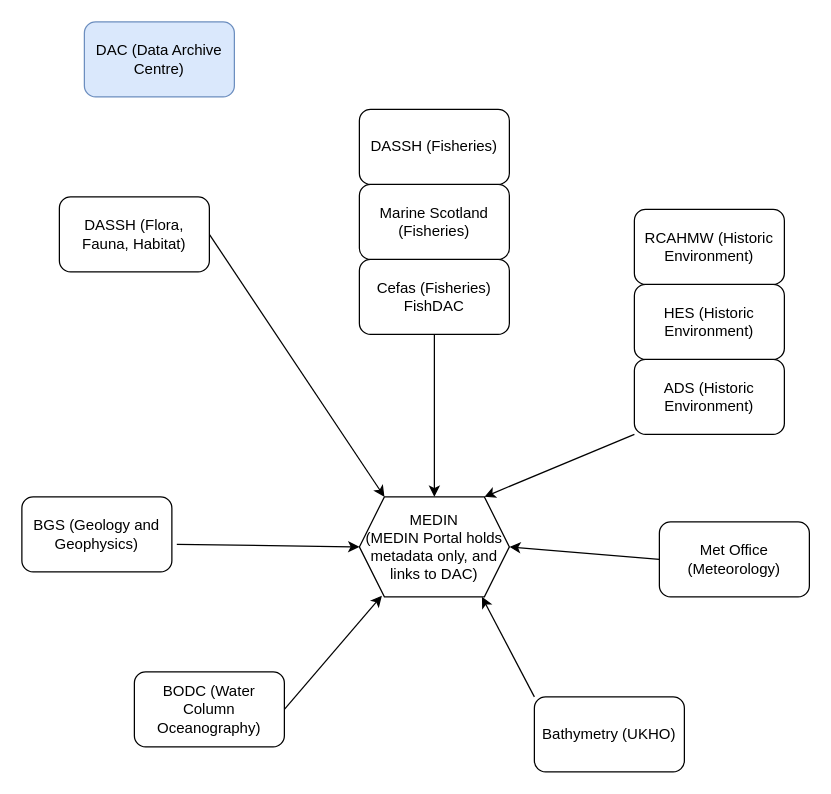
ro-allen/ro-allen.github.io keeps this draw.io diagram as page "MEDIN" (4 of 4) of Monitoring_Overview.drawio. Above is the earlier version. Source tidied: cells renumbered, new cells numbered last; positions are measured from the earlier drawing's top-left corner, leaving out a move shared by most shapes. Both pictures are drawn from the tidied source at 125%, with x=0, y=0 at pixel (21, 21).
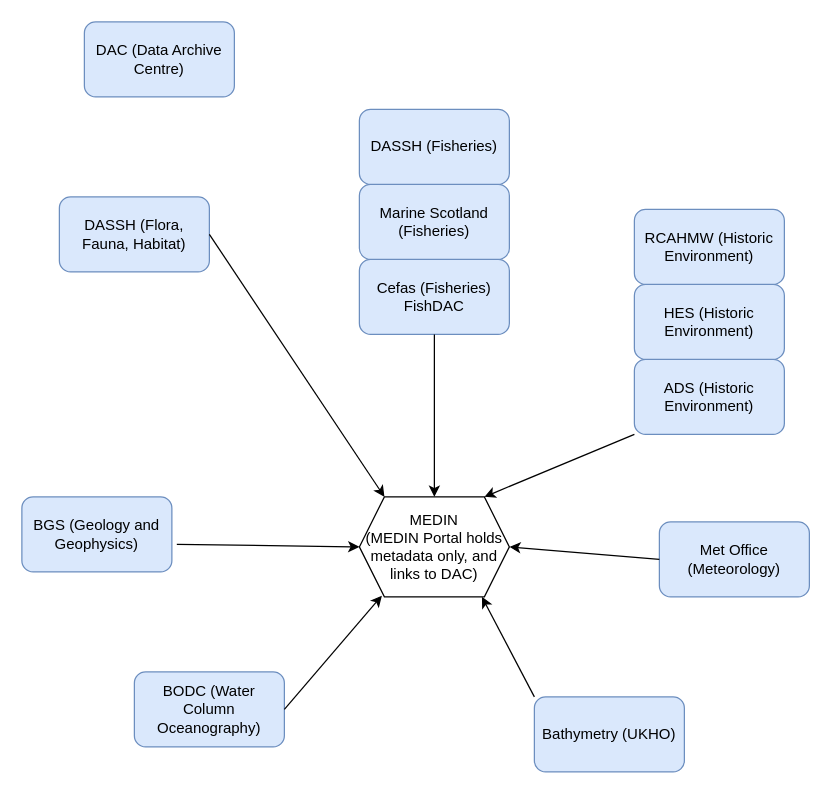
The same page after the edit.

What changed in the source:
```diff
@@
-    <mxCell id="2" value="DASSH (Flora, Fauna, Habitat)" style="rounded=1;whiteSpace=wrap;html=1;" parent="1" vertex="1">
+    <mxCell id="2" value="DASSH (Flora, Fauna, Habitat)" style="rounded=1;whiteSpace=wrap;html=1;fillColor=#dae8fc;strokeColor=#6c8ebf;" parent="1" vertex="1">
       <mxGeometry x="30" y="140" width="120" height="60" as="geometry" />
     </mxCell>
-    <mxCell id="3" value="BODC (Water Column Oceanography)" style="rounded=1;whiteSpace=wrap;html=1;" parent="1" vertex="1">
+    <mxCell id="3" value="BODC (Water Column Oceanography)" style="rounded=1;whiteSpace=wrap;html=1;fillColor=#dae8fc;strokeColor=#6c8ebf;" parent="1" vertex="1">
       <mxGeometry x="90" y="520" width="120" height="60" as="geometry" />
     </mxCell>
-    <mxCell id="4" value="BGS (Geology and Geophysics)" style="rounded=1;whiteSpace=wrap;html=1;" parent="1" vertex="1">
+    <mxCell id="4" value="BGS (Geology and Geophysics)" style="rounded=1;whiteSpace=wrap;html=1;fillColor=#dae8fc;strokeColor=#6c8ebf;" parent="1" vertex="1">
       <mxGeometry y="380" width="120" height="60" as="geometry" />
     </mxCell>
-    <mxCell id="5" value="Cefas (Fisheries) FishDAC" style="rounded=1;whiteSpace=wrap;html=1;" parent="1" vertex="1">
+    <mxCell id="5" value="Cefas (Fisheries) FishDAC" style="rounded=1;whiteSpace=wrap;html=1;fillColor=#dae8fc;strokeColor=#6c8ebf;" parent="1" vertex="1">
       <mxGeometry x="270" y="190" width="120" height="60" as="geometry" />
     </mxCell>
-    <mxCell id="6" value="Marine Scotland (Fisheries)" style="rounded=1;whiteSpace=wrap;html=1;" parent="1" vertex="1">
+    <mxCell id="6" value="Marine Scotland (Fisheries)" style="rounded=1;whiteSpace=wrap;html=1;fillColor=#dae8fc;strokeColor=#6c8ebf;" parent="1" vertex="1">
       <mxGeometry x="270" y="130" width="120" height="60" as="geometry" />
     </mxCell>
-    <mxCell id="7" value="DASSH (Fisheries)" style="rounded=1;whiteSpace=wrap;html=1;" parent="1" vertex="1">
+    <mxCell id="7" value="DASSH (Fisheries)" style="rounded=1;whiteSpace=wrap;html=1;fillColor=#dae8fc;strokeColor=#6c8ebf;" parent="1" vertex="1">
       <mxGeometry x="270" y="70" width="120" height="60" as="geometry" />
     </mxCell>
-    <mxCell id="8" value="ADS (Historic Environment)" style="rounded=1;whiteSpace=wrap;html=1;" parent="1" vertex="1">
+    <mxCell id="8" value="ADS (Historic Environment)" style="rounded=1;whiteSpace=wrap;html=1;fillColor=#dae8fc;strokeColor=#6c8ebf;" parent="1" vertex="1">
       <mxGeometry x="490" y="270" width="120" height="60" as="geometry" />
     </mxCell>
-    <mxCell id="9" value="HES (Historic Environment)" style="rounded=1;whiteSpace=wrap;html=1;" parent="1" vertex="1">
+    <mxCell id="9" value="HES (Historic Environment)" style="rounded=1;whiteSpace=wrap;html=1;fillColor=#dae8fc;strokeColor=#6c8ebf;" parent="1" vertex="1">
       <mxGeometry x="490" y="210" width="120" height="60" as="geometry" />
     </mxCell>
-    <mxCell id="10" value="RCAHMW (Historic Environment)" style="rounded=1;whiteSpace=wrap;html=1;" parent="1" vertex="1">
+    <mxCell id="10" value="RCAHMW (Historic Environment)" style="rounded=1;whiteSpace=wrap;html=1;fillColor=#dae8fc;strokeColor=#6c8ebf;" parent="1" vertex="1">
       <mxGeometry x="490" y="150" width="120" height="60" as="geometry" />
     </mxCell>
-    <mxCell id="11" value="Met Office (Meteorology)" style="rounded=1;whiteSpace=wrap;html=1;" parent="1" vertex="1">
+    <mxCell id="11" value="Met Office (Meteorology)" style="rounded=1;whiteSpace=wrap;html=1;fillColor=#dae8fc;strokeColor=#6c8ebf;" parent="1" vertex="1">
       <mxGeometry x="510" y="400" width="120" height="60" as="geometry" />
     </mxCell>
-    <mxCell id="12" value="Bathymetry (UKHO)" style="rounded=1;whiteSpace=wrap;html=1;" parent="1" vertex="1">
+    <mxCell id="12" value="Bathymetry (UKHO)" style="rounded=1;whiteSpace=wrap;html=1;fillColor=#dae8fc;strokeColor=#6c8ebf;" parent="1" vertex="1">
       <mxGeometry x="410" y="540" width="120" height="60" as="geometry" />
     </mxCell>
```
